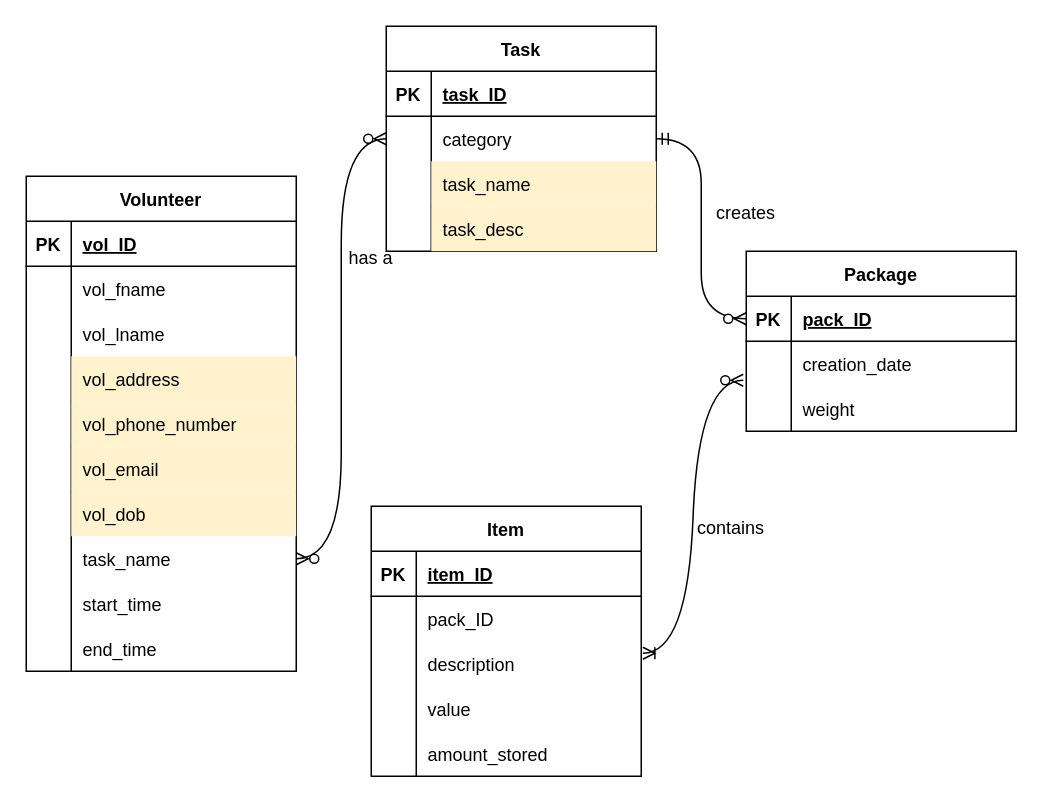
This is ER diagram.drawio from yumvinegar/database, a draw.io file, before an edit. Source tidied: cells renumbered, new cells numbered last; positions are measured from the earlier drawing's top-left corner, leaving out a move shared by most shapes. Both pictures are drawn from the tidied source at 150%, with x=0, y=0 at pixel (26, 26).
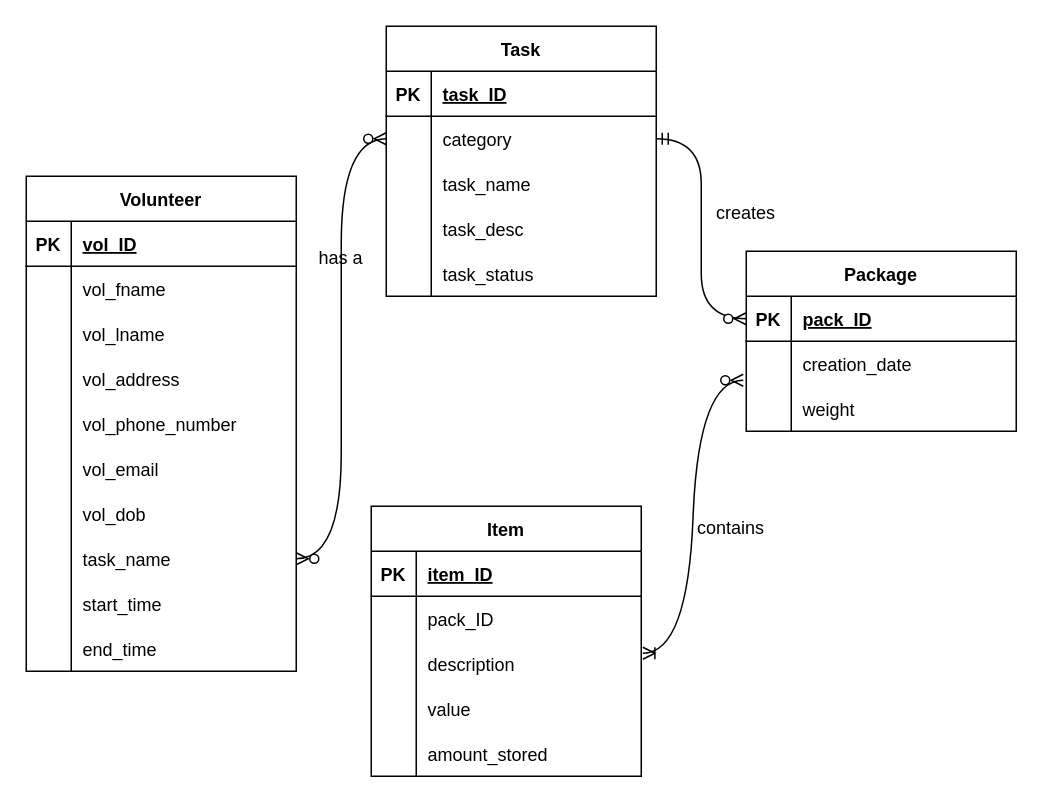
The same diagram, later.

Unchanged cells that the change refers to:
```xml
<mxCell id="12" style="shape=tableRow;horizontal=0;startSize=0;swimlaneHead=0;swimlaneBody=0;fillColor=none;top=0;left=0;right=0;bottom=0;" parent="2" vertex="1">
  <mxGeometry y="120" width="180" height="30" as="geometry" />
</mxCell>
<mxCell id="15" style="shape=tableRow;horizontal=0;startSize=0;swimlaneHead=0;swimlaneBody=0;fillColor=none;top=0;left=0;right=0;bottom=0;" parent="2" vertex="1">
  <mxGeometry y="150" width="180" height="30" as="geometry" />
</mxCell>
<mxCell id="18" style="shape=tableRow;horizontal=0;startSize=0;swimlaneHead=0;swimlaneBody=0;fillColor=none;top=0;left=0;right=0;bottom=0;" parent="2" vertex="1">
  <mxGeometry y="180" width="180" height="30" as="geometry" />
</mxCell>
<mxCell id="21" style="shape=tableRow;horizontal=0;startSize=0;swimlaneHead=0;swimlaneBody=0;fillColor=none;top=0;left=0;right=0;bottom=0;" parent="2" vertex="1">
  <mxGeometry y="210" width="180" height="30" as="geometry" />
</mxCell>
<mxCell id="40" style="shape=tableRow;horizontal=0;startSize=0;swimlaneHead=0;swimlaneBody=0;fillColor=none;top=0;left=0;right=0;bottom=0;" parent="33" vertex="1">
  <mxGeometry y="90" width="180" height="30" as="geometry" />
</mxCell>
<mxCell id="43" style="shape=tableRow;horizontal=0;startSize=0;swimlaneHead=0;swimlaneBody=0;fillColor=none;top=0;left=0;right=0;bottom=0;" parent="33" vertex="1">
  <mxGeometry y="120" width="180" height="30" as="geometry" />
</mxCell>
```

Change to the diagram source:
```diff
@@
-    <mxCell id="14" value="vol_address" style="shape=partialRectangle;fillColor=#fff2cc;top=0;left=0;bottom=0;right=0;align=left;spacingLeft=6;overflow=hidden;strokeColor=#d6b656;" parent="12" vertex="1">
+    <mxCell id="14" value="vol_address" style="shape=partialRectangle;fillColor=none;top=0;left=0;bottom=0;right=0;align=left;spacingLeft=6;overflow=hidden;strokeColor=#d6b656;" parent="12" vertex="1">
       <mxGeometry x="30" width="150" height="30" as="geometry" />
     </mxCell>
@@
-    <mxCell id="17" value="vol_phone_number" style="shape=partialRectangle;fillColor=#fff2cc;top=0;left=0;bottom=0;right=0;align=left;spacingLeft=6;overflow=hidden;strokeColor=#d6b656;" parent="15" vertex="1">
+    <mxCell id="17" value="vol_phone_number" style="shape=partialRectangle;fillColor=none;top=0;left=0;bottom=0;right=0;align=left;spacingLeft=6;overflow=hidden;strokeColor=#d6b656;" parent="15" vertex="1">
       <mxGeometry x="30" width="150" height="30" as="geometry" />
     </mxCell>
@@
-    <mxCell id="20" value="vol_email" style="shape=partialRectangle;fillColor=#fff2cc;top=0;left=0;bottom=0;right=0;align=left;spacingLeft=6;overflow=hidden;strokeColor=#d6b656;" parent="18" vertex="1">
+    <mxCell id="20" value="vol_email" style="shape=partialRectangle;fillColor=none;top=0;left=0;bottom=0;right=0;align=left;spacingLeft=6;overflow=hidden;strokeColor=#d6b656;" parent="18" vertex="1">
       <mxGeometry x="30" width="150" height="30" as="geometry" />
     </mxCell>
@@
-    <mxCell id="23" value="vol_dob" style="shape=partialRectangle;fillColor=#fff2cc;top=0;left=0;bottom=0;right=0;align=left;spacingLeft=6;overflow=hidden;strokeColor=#d6b656;" parent="21" vertex="1">
+    <mxCell id="23" value="vol_dob" style="shape=partialRectangle;fillColor=none;top=0;left=0;bottom=0;right=0;align=left;spacingLeft=6;overflow=hidden;strokeColor=#d6b656;" parent="21" vertex="1">
       <mxGeometry x="30" width="150" height="30" as="geometry" />
     </mxCell>
@@
     <mxCell id="33" value="Task" style="shape=table;startSize=30;childLayout=tableLayout;rowLines=0;fontStyle=1;align=center;" parent="1" vertex="1">
-      <mxGeometry x="240" width="180" height="150" as="geometry" />
+      <mxGeometry x="240" width="180" height="180" as="geometry" />
     </mxCell>
@@
-    <mxCell id="42" value="task_name" style="shape=partialRectangle;fillColor=#fff2cc;top=0;left=0;bottom=0;right=0;align=left;spacingLeft=6;overflow=hidden;strokeColor=#d6b656;" parent="40" vertex="1">
+    <mxCell id="42" value="task_name" style="shape=partialRectangle;fillColor=none;top=0;left=0;bottom=0;right=0;align=left;spacingLeft=6;overflow=hidden;strokeColor=#d6b656;" parent="40" vertex="1">
       <mxGeometry x="30" width="150" height="30" as="geometry" />
     </mxCell>
@@
-    <mxCell id="45" value="task_desc" style="shape=partialRectangle;fillColor=#fff2cc;top=0;left=0;bottom=0;right=0;align=left;spacingLeft=6;overflow=hidden;strokeColor=#d6b656;" parent="43" vertex="1">
+    <mxCell id="45" value="task_desc" style="shape=partialRectangle;fillColor=none;top=0;left=0;bottom=0;right=0;align=left;spacingLeft=6;overflow=hidden;strokeColor=#d6b656;" parent="43" vertex="1">
       <mxGeometry x="30" width="150" height="30" as="geometry" />
     </mxCell>
+    <mxCell id="78" style="shape=tableRow;horizontal=0;startSize=0;swimlaneHead=0;swimlaneBody=0;fillColor=none;top=0;left=0;right=0;bottom=0;" parent="33" vertex="1">
+      <mxGeometry y="150" width="180" height="30" as="geometry" />
+    </mxCell>
+    <mxCell id="79" style="shape=partialRectangle;fillColor=none;top=0;left=0;bottom=0;right=0;overflow=hidden;" parent="78" vertex="1">
+      <mxGeometry width="30" height="30" as="geometry" />
+    </mxCell>
+    <mxCell id="80" value="task_status" style="shape=partialRectangle;fillColor=none;top=0;left=0;bottom=0;right=0;align=left;spacingLeft=6;overflow=hidden;strokeColor=#d6b656;" parent="78" vertex="1">
+      <mxGeometry x="30" width="150" height="30" as="geometry" />
+    </mxCell>
@@
     <mxCell id="75" value="has a" style="text;html=1;strokeColor=none;fillColor=none;align=center;verticalAlign=middle;whiteSpace=wrap;rounded=0;" parent="1" vertex="1">
-      <mxGeometry x="200" y="140" width="60" height="30" as="geometry" />
+      <mxGeometry x="180" y="140" width="60" height="30" as="geometry" />
     </mxCell>
```
